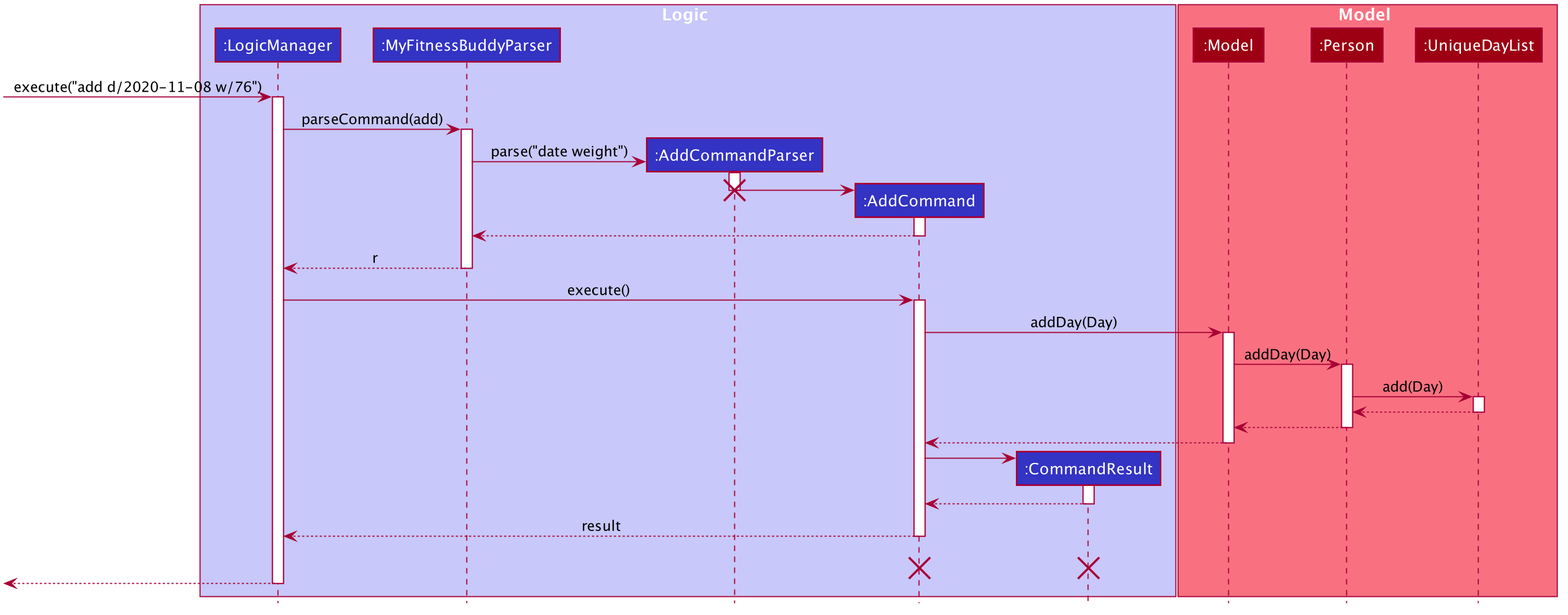
The PlantUML diagram docs/images/AddDaySequence.png in wayne987/tp, before a commit. Its diagram source:
```plantuml
@startuml








skinparam BackgroundColor #FFFFFFF

skinparam Shadowing false

skinparam Class {
    FontColor #FFFFFF
    BorderThickness 1
    BorderColor #FFFFFF
    StereotypeFontColor #FFFFFF
    FontName Arial
}

skinparam Actor {
    BorderColor #000000
    Color #000000
    FontName Arial
}

skinparam Sequence {
    MessageAlign center
    BoxFontSize 15
    BoxPadding 0
    BoxFontColor #FFFFFF
    FontName Arial
}

skinparam Participant {
    FontColor #FFFFFFF
    Padding 20
}

skinparam MinClassWidth 50
skinparam ParticipantPadding 10
skinparam Shadowing false
skinparam DefaultTextAlignment center
skinparam packageStyle Rectangle

hide footbox
hide members
hide circle

box Logic #C8C8FA
participant ":LogicManager" as LogicManager #3333C4
participant ":MyFitnessBuddyParser" as MyFitnessBuddyParser #3333C4
participant ":AddCommandParser" as AddCommandParser #3333C4
participant ":AddCommand" as AddCommand #3333C4
participant ":CommandResult" as CommandResult #3333C4
end box

box Model #F97181
participant ":Model" as Model #9D0012
participant ":Person" as Person #9D0012
participant ":UniqueDayList" as UniqueDayList #9D0012
end box
[-> LogicManager : execute("add d/2020-11-08 w/76")
activate LogicManager

LogicManager -> MyFitnessBuddyParser : parseCommand(add)
activate  MyFitnessBuddyParser

create AddCommandParser
MyFitnessBuddyParser -> AddCommandParser : parse("date weight")
activate AddCommandParser

create AddCommand
AddCommandParser -> AddCommand
activate AddCommand

deactivate AddCommandParser
destroy AddCommandParser

AddCommand -->  MyFitnessBuddyParser
deactivate AddCommand

 MyFitnessBuddyParser --> LogicManager : r
deactivate MyFitnessBuddyParser

LogicManager -> AddCommand : execute()
activate AddCommand

AddCommand -> Model : addDay(Day)
activate Model

Model -> Person : addDay(Day)
activate Person

Person -> UniqueDayList : add(Day)
activate UniqueDayList


UniqueDayList --> Person
deactivate UniqueDayList

Person --> Model
deactivate Person

Model --> AddCommand
deactivate Model

create CommandResult
AddCommand -> CommandResult
activate CommandResult

CommandResult --> AddCommand
deactivate CommandResult

AddCommand --> LogicManager : result
deactivate AddCommand
AddCommand -[hidden]-> LogicManager : result
destroy AddCommand
destroy CommandResult

[<--LogicManager
deactivate LogicManager
@enduml
```
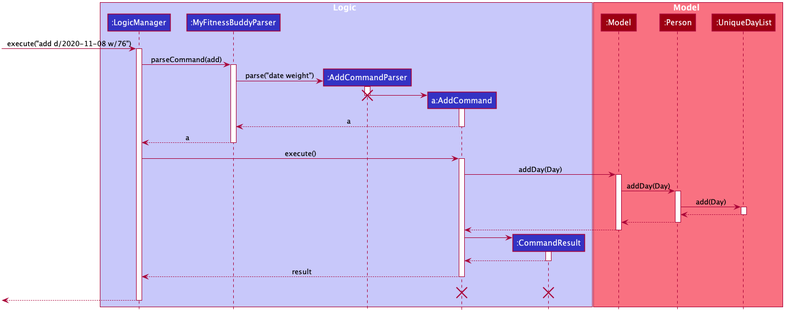
After the commit.

Commit message:
Fix UML diagrams

What changed in the source:
```diff
@@ -52,7 +52,7 @@
 participant ":LogicManager" as LogicManager #3333C4
 participant ":MyFitnessBuddyParser" as MyFitnessBuddyParser #3333C4
 participant ":AddCommandParser" as AddCommandParser #3333C4
-participant ":AddCommand" as AddCommand #3333C4
+participant "a:AddCommand" as AddCommand #3333C4
 participant ":CommandResult" as CommandResult #3333C4
 end box
 
@@ -78,10 +78,10 @@
 deactivate AddCommandParser
 destroy AddCommandParser
 
-AddCommand -->  MyFitnessBuddyParser
+AddCommand -->  MyFitnessBuddyParser : a
 deactivate AddCommand
 
- MyFitnessBuddyParser --> LogicManager : r
+ MyFitnessBuddyParser --> LogicManager : a
 deactivate MyFitnessBuddyParser
 
 LogicManager -> AddCommand : execute()
```
